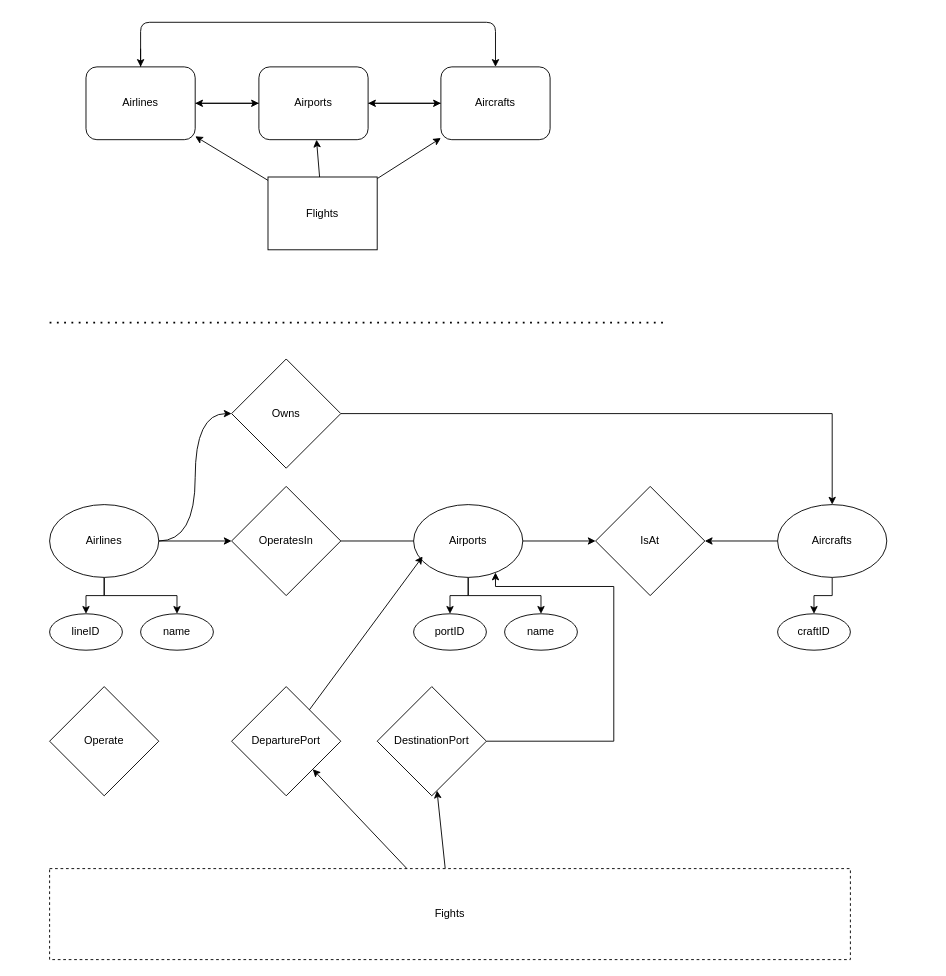
The draw.io diagram page "PhysicalLayer" (3 of 7) of ERDiagram.drawio in kyle4036/DatabaseManagement2026Project1, before the edit. Source tidied: cells renumbered, new cells numbered last; positions are measured from the earlier drawing's top-left corner, leaving out a move shared by most shapes. Both pictures are drawn from the tidied source at 91%, with x=0, y=0 at pixel (49, 22).
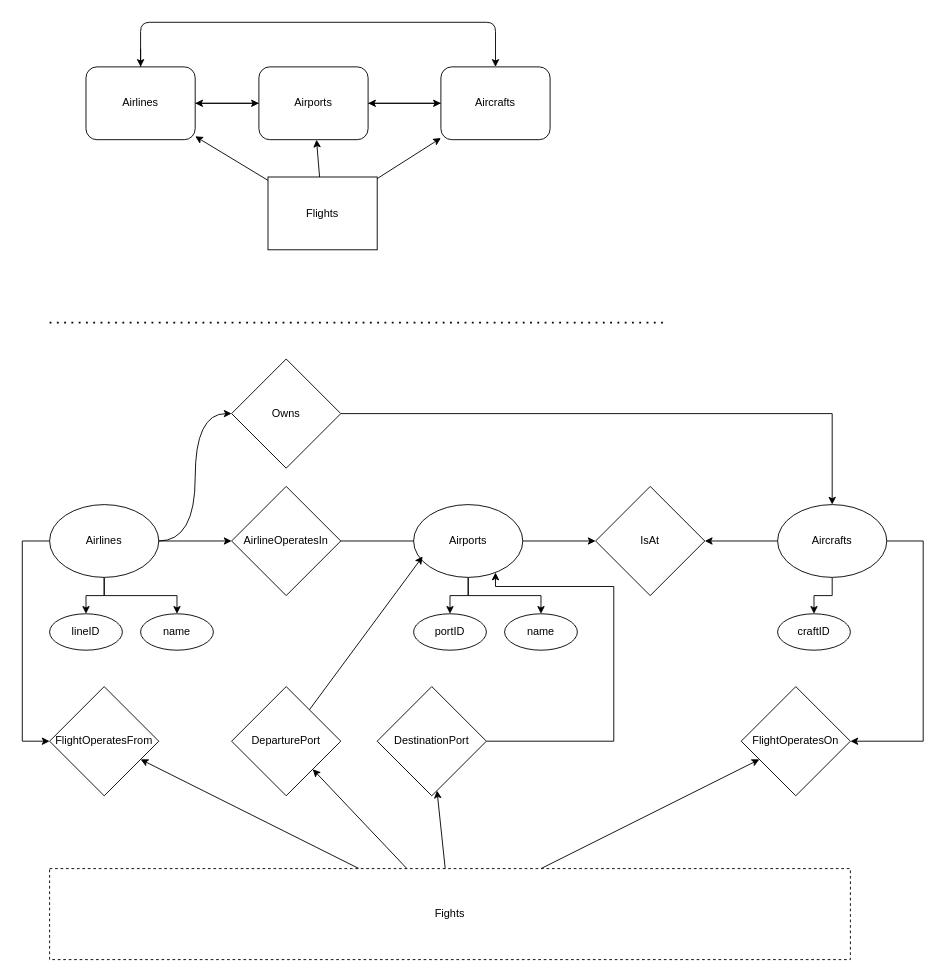
The same diagram, later.

Unchanged cells that the change refers to:
```xml
<mxCell id="15" value="Airlines" style="ellipse;whiteSpace=wrap;html=1;" parent="1" vertex="1">
  <mxGeometry y="530" width="120" height="80" as="geometry" />
</mxCell>
<mxCell id="22" value="Aircrafts" style="ellipse;whiteSpace=wrap;html=1;" parent="1" vertex="1">
  <mxGeometry x="800" y="530" width="120" height="80" as="geometry" />
</mxCell>
<mxCell id="39" value="Fights" style="rounded=0;whiteSpace=wrap;html=1;dashed=1;" parent="1" vertex="1">
  <mxGeometry y="930" width="880" height="100" as="geometry" />
</mxCell>
```

The edit, as a diff of the source:
```diff
@@
+    <mxCell id="46" style="edgeStyle=orthogonalEdgeStyle;rounded=0;jettySize=auto;html=1;" parent="1" edge="1" source="15" target="45">
+      <mxGeometry relative="1" as="geometry">
+        <Array as="points">
+          <mxPoint x="-30" y="570" />
+          <mxPoint x="-30" y="790" />
+        </Array>
+      </mxGeometry>
+    </mxCell>
@@
+    <mxCell id="47" style="edgeStyle=orthogonalEdgeStyle;rounded=0;jettySize=auto;html=1;entryX=1;entryY=0.5;entryDx=0;entryDy=0;" parent="1" edge="1" source="22" target="50">
+      <mxGeometry relative="1" as="geometry">
+        <Array as="points">
+          <mxPoint x="960" y="570" />
+          <mxPoint x="960" y="790" />
+        </Array>
+      </mxGeometry>
+    </mxCell>
@@
-    <mxCell id="30" value="OperatesIn" style="rhombus;whiteSpace=wrap;html=1;" parent="1" vertex="1">
+    <mxCell id="30" value="AirlineOperatesIn" style="rhombus;whiteSpace=wrap;html=1;" parent="1" vertex="1">
       <mxGeometry x="200" y="510" width="120" height="120" as="geometry" />
     </mxCell>
@@
+    <mxCell id="48" style="rounded=0;jettySize=auto;html=1;" parent="1" edge="1" source="39" target="45">
+      <mxGeometry relative="1" as="geometry" />
+    </mxCell>
+    <mxCell id="49" style="rounded=0;jettySize=auto;html=1;" parent="1" edge="1" source="39" target="50">
+      <mxGeometry relative="1" as="geometry" />
+    </mxCell>
@@
-    <mxCell id="45" value="Operate" style="rhombus;whiteSpace=wrap;html=1;" parent="1" vertex="1">
+    <mxCell id="45" value="FlightOperatesFrom" style="rhombus;whiteSpace=wrap;html=1;" parent="1" vertex="1">
       <mxGeometry y="730" width="120" height="120" as="geometry" />
     </mxCell>
+    <mxCell id="50" value="FlightOperatesOn" style="rhombus;whiteSpace=wrap;html=1;" parent="1" vertex="1">
+      <mxGeometry x="760" y="730" width="120" height="120" as="geometry" />
+    </mxCell>
```
